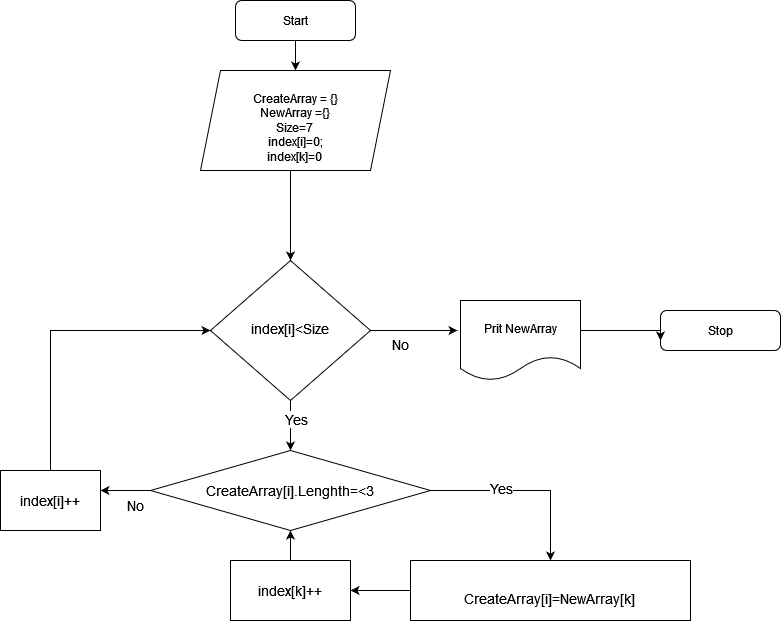
Before: Shema.png, a diagram exported from draw.io (CherkasovValera/Itog1Session). Source tidied: cells renumbered, new cells last; positions are measured from the earlier drawing's top-left corner, leaving out a move shared by most shapes.
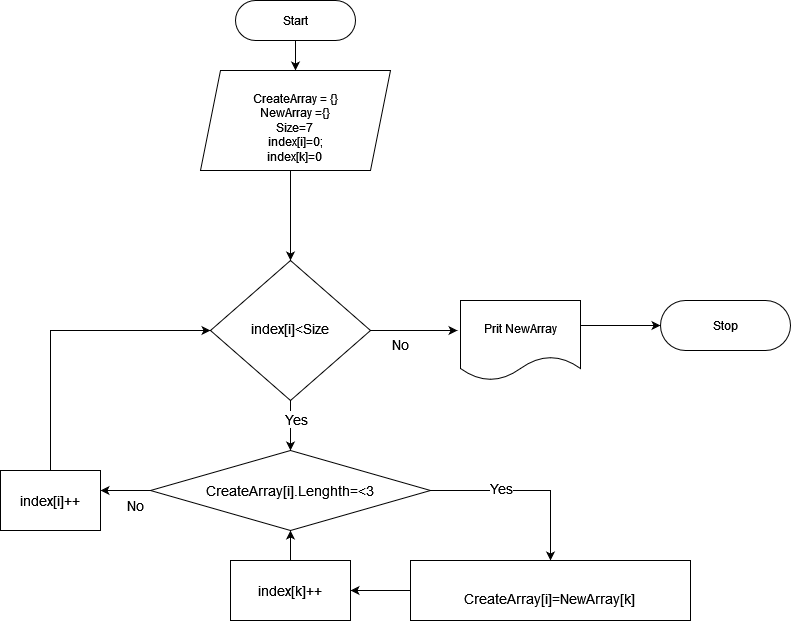
After the change.

Commit message:
Algoritmexe7shemapng

The edit, as a diff of the source:
```diff
@@ -5,7 +5,7 @@
     <mxCell id="2" style="edgeStyle=orthogonalEdgeStyle;rounded=0;jettySize=auto;html=1;entryX=0.5;entryY=0;entryDx=0;entryDy=0;fontSize=14;" parent="1" edge="1" source="3" target="11">
       <mxGeometry relative="1" as="geometry" />
     </mxCell>
-    <mxCell id="3" value="&lt;div&gt;Start&lt;/div&gt;" style="rounded=1;whiteSpace=wrap;html=1;fontSize=12;glass=0;strokeWidth=1;shadow=0;" parent="1" vertex="1">
+    <mxCell id="3" value="&lt;div&gt;Start&lt;/div&gt;" style="rounded=1;whiteSpace=wrap;html=1;fontSize=12;glass=0;strokeWidth=1;shadow=0;arcSize=50;" parent="1" vertex="1">
       <mxGeometry x="235" width="120" height="40" as="geometry" />
     </mxCell>
     <mxCell id="4" style="edgeStyle=orthogonalEdgeStyle;rounded=0;jettySize=auto;html=1;" parent="1" edge="1" source="6">
@@ -19,13 +19,14 @@
     <mxCell id="6" value="&lt;font style=&quot;font-size: 14px;&quot;&gt;index[i]&amp;lt;Size&lt;/font&gt;" style="rhombus;whiteSpace=wrap;html=1;shadow=0;fontFamily=Helvetica;fontSize=12;align=center;strokeWidth=1;spacing=6;spacingTop=-4;" parent="1" vertex="1">
       <mxGeometry x="210" y="260" width="160" height="140" as="geometry" />
     </mxCell>
-    <mxCell id="7" value="Stop" style="rounded=1;whiteSpace=wrap;html=1;fontSize=12;glass=0;strokeWidth=1;shadow=0;" parent="1" vertex="1">
-      <mxGeometry x="660" y="310" width="120" height="40" as="geometry" />
+    <mxCell id="7" value="Stop" style="rounded=1;whiteSpace=wrap;html=1;fontSize=12;glass=0;strokeWidth=1;shadow=0;arcSize=50;" parent="1" vertex="1">
+      <mxGeometry x="660" y="300" width="130" height="50" as="geometry" />
     </mxCell>
-    <mxCell id="8" style="edgeStyle=orthogonalEdgeStyle;rounded=0;jettySize=auto;html=1;entryX=0;entryY=0.75;entryDx=0;entryDy=0;fontSize=14;" parent="1" edge="1" source="9" target="7">
+    <mxCell id="8" style="edgeStyle=orthogonalEdgeStyle;rounded=0;jettySize=auto;html=1;entryX=0;entryY=0.5;entryDx=0;entryDy=0;fontSize=14;" parent="1" edge="1" source="9" target="7">
       <mxGeometry relative="1" as="geometry">
         <Array as="points">
-          <mxPoint x="660" y="330" />
+          <mxPoint x="600" y="325" />
+          <mxPoint x="600" y="325" />
         </Array>
       </mxGeometry>
     </mxCell>
```
